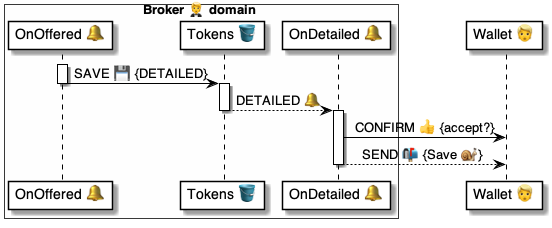
pollyweb-org/pollyweb-docs keeps this PlantUML diagram as 4 ⚙️ Solution/20 🧑‍🦰 UI/Brokers 🤵/🤵🪣 Broker tables/Tokens 🎫 table/🪣🔔 2 Detailed/🤵 OnTokenDetailed ⚙️ uml.png. Above is the earlier version. Its source is kept beside it as 4 ⚙️ Solution/20 🧑‍🦰 UI/Brokers 🤵/🤵🪣 Broker tables/Tokens 🎫 table/🪣🔔 2 Detailed/🤵 OnTokenDetailed ⚙️ uml.puml.
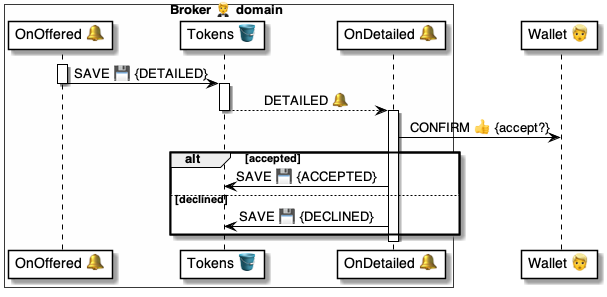
The same diagram one commit later.

The edit, as a diff of the source:
```diff
@@ -19,7 +19,11 @@
 
 activate handler
     handler -> wallet: CONFIRM 👍 {accept?}
-    handler --> wallet: SEND 📬 {Save 🐌}
+    alt accepted
+        handler -> table: SAVE 💾 {ACCEPTED}
+    else declined
+        handler -> table: SAVE 💾 {DECLINED}
+    end
 deactivate handler
 
 @enduml
```
